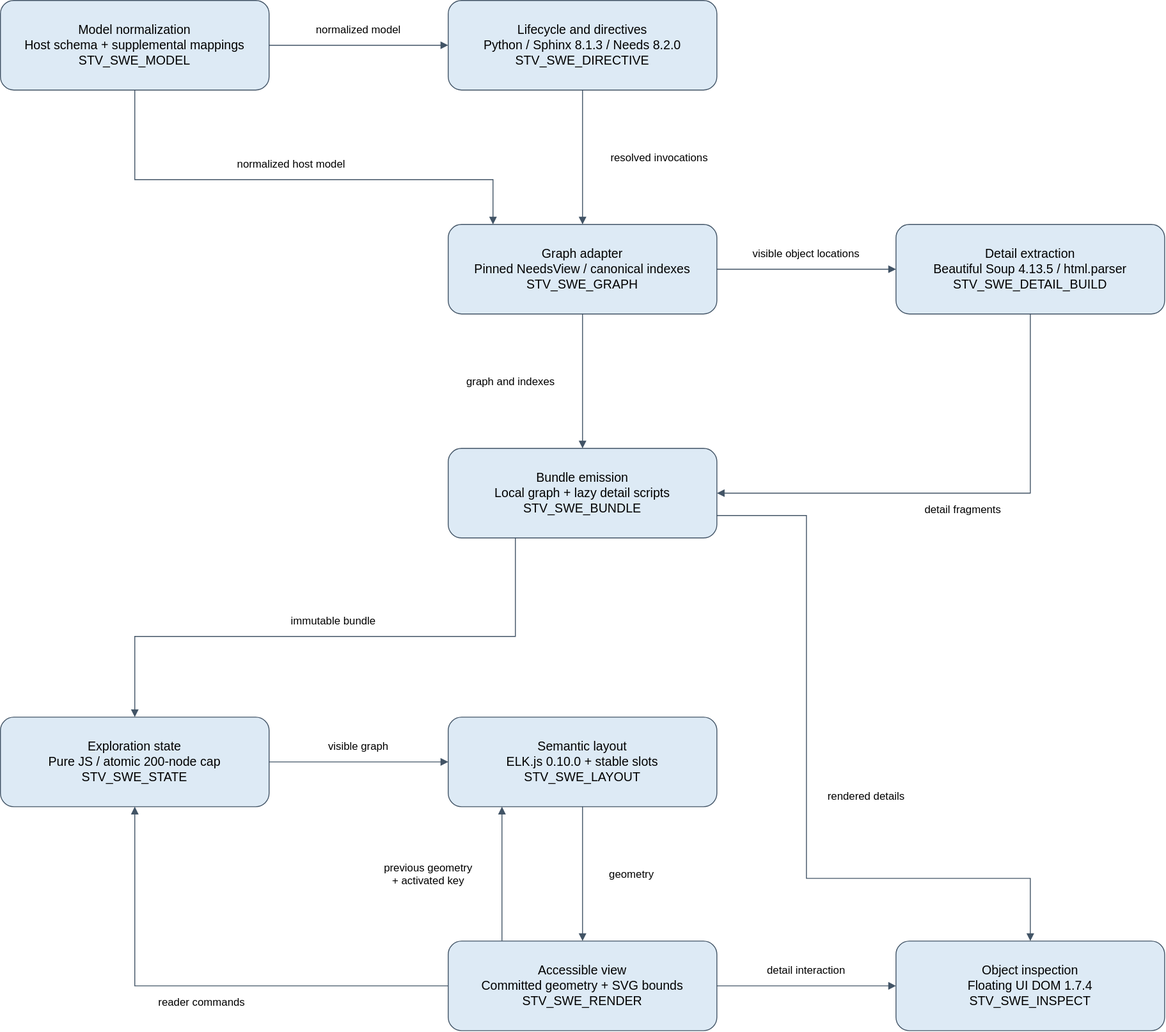
sysblacksmith/STV_sphinx-traceability-view keeps this draw.io diagram as docs/architecture/diagrams/software-architecture.svg. Above is the earlier version. Source tidied: cells renumbered, new cells last; positions are measured from the earlier drawing's top-left corner, leaving out a move shared by most shapes.
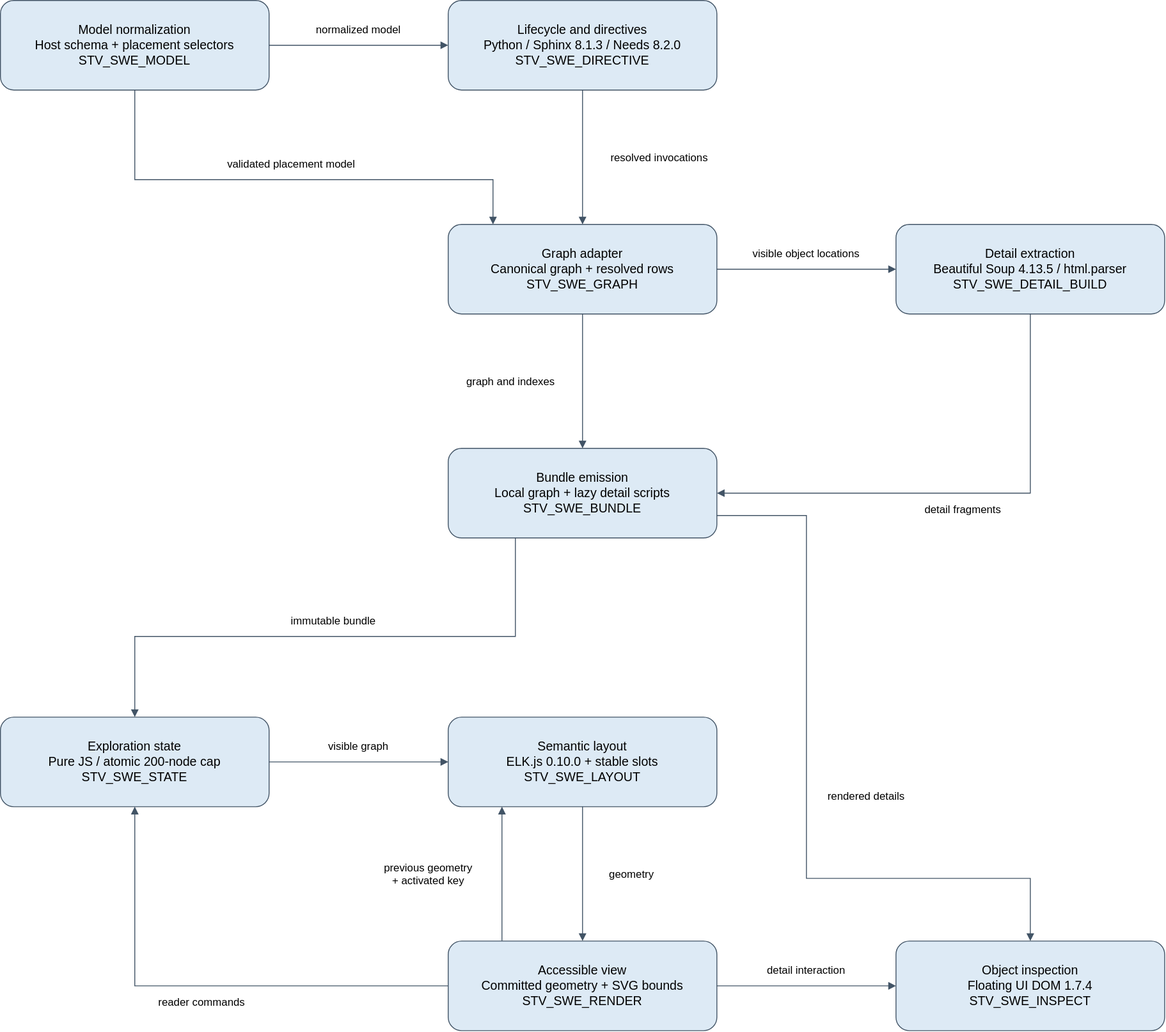
Above is the later version.

Diff of the diagram source:
```diff
@@ -5,10 +5,10 @@
     <mxCell id="2" value="Lifecycle and directives&#10;Python / Sphinx 8.1.3 / Needs 8.2.0&#10;STV_SWE_DIRECTIVE" style="rounded=1;whiteSpace=wrap;html=0;fillColor=#ddeaf5;strokeColor=#425466;fontSize=14;spacing=12;" parent="1" vertex="1">
       <mxGeometry x="500" width="300" height="100" as="geometry" />
     </mxCell>
-    <mxCell id="3" value="Model normalization&#10;Host schema + supplemental mappings&#10;STV_SWE_MODEL" style="rounded=1;whiteSpace=wrap;html=0;fillColor=#ddeaf5;strokeColor=#425466;fontSize=14;spacing=12;" parent="1" vertex="1">
+    <mxCell id="3" value="Model normalization&#10;Host schema + placement selectors&#10;STV_SWE_MODEL" style="rounded=1;whiteSpace=wrap;html=0;fillColor=#ddeaf5;strokeColor=#425466;fontSize=14;spacing=12;" parent="1" vertex="1">
       <mxGeometry width="300" height="100" as="geometry" />
     </mxCell>
-    <mxCell id="4" value="Graph adapter&#10;Pinned NeedsView / canonical indexes&#10;STV_SWE_GRAPH" style="rounded=1;whiteSpace=wrap;html=0;fillColor=#ddeaf5;strokeColor=#425466;fontSize=14;spacing=12;" parent="1" vertex="1">
+    <mxCell id="4" value="Graph adapter&#10;Canonical graph + resolved rows&#10;STV_SWE_GRAPH" style="rounded=1;whiteSpace=wrap;html=0;fillColor=#ddeaf5;strokeColor=#425466;fontSize=14;spacing=12;" parent="1" vertex="1">
       <mxGeometry x="500" y="250" width="300" height="100" as="geometry" />
     </mxCell>
     <mxCell id="5" value="Detail extraction&#10;Beautiful Soup 4.13.5 / html.parser&#10;STV_SWE_DETAIL_BUILD" style="rounded=1;whiteSpace=wrap;html=0;fillColor=#ddeaf5;strokeColor=#425466;fontSize=14;spacing=12;" parent="1" vertex="1">
@@ -86,7 +86,7 @@
         <mxPoint x="67" as="offset" />
       </mxGeometry>
     </mxCell>
-    <mxCell id="20" value="normalized host model" style="edgeStyle=none;rounded=0;html=0;endArrow=block;endFill=1;strokeColor=#425466;fontSize=12;labelBackgroundColor=#ffffff;exitX=0.5;exitY=1;exitPerimeter=0;entryX=0.16666666666666666;entryY=0;entryPerimeter=0;" parent="1" edge="1" source="3" target="4">
+    <mxCell id="20" value="validated placement model" style="edgeStyle=none;rounded=0;html=0;endArrow=block;endFill=1;strokeColor=#425466;fontSize=12;labelBackgroundColor=#ffffff;exitX=0.5;exitY=1;exitPerimeter=0;entryX=0.16666666666666666;entryY=0;entryPerimeter=0;" parent="1" edge="1" source="3" target="4">
       <mxGeometry relative="1" as="geometry">
         <Array as="points">
           <mxPoint x="150" y="200" />
```
